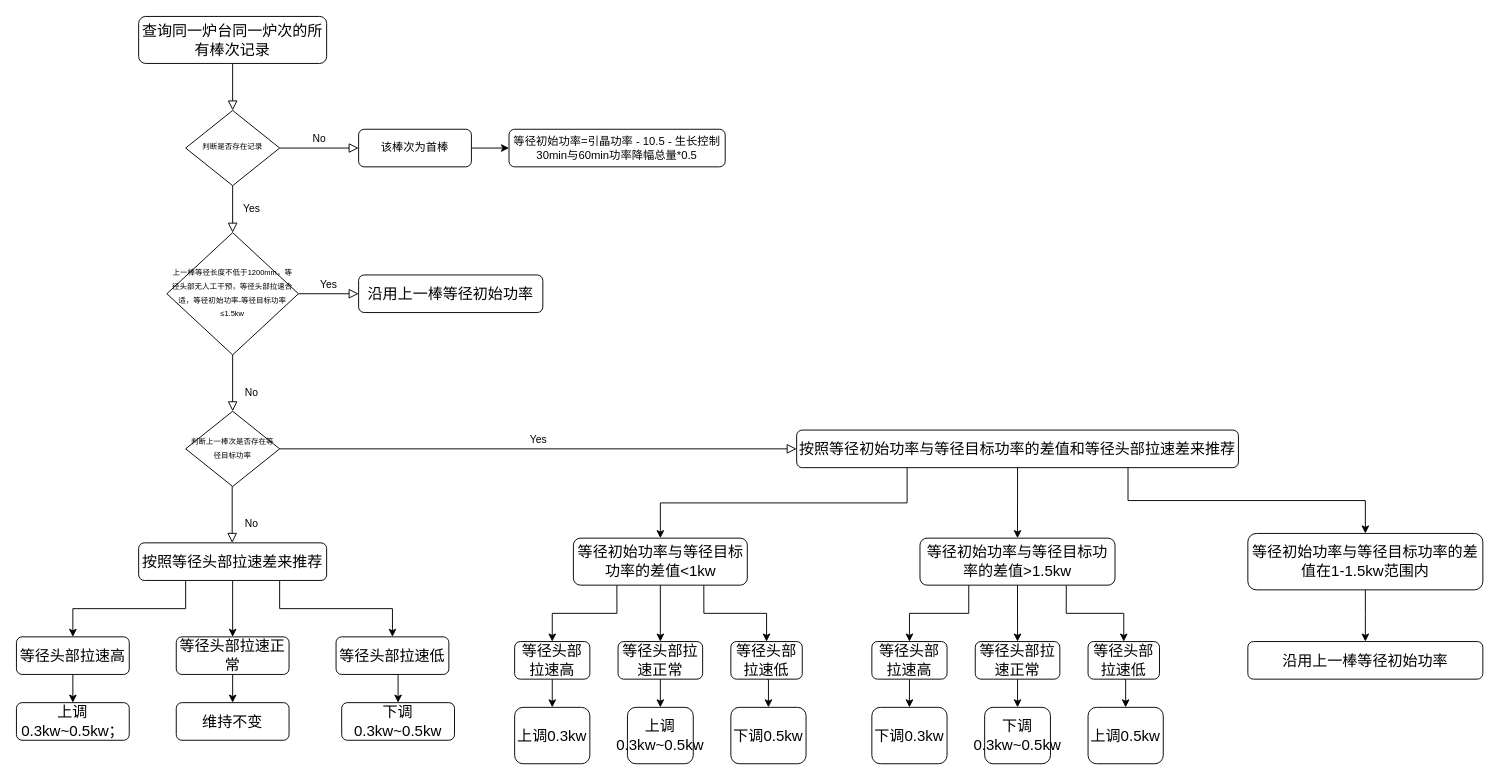
ykchasingwind/2019iFLYTEK_MachineryLife_Baseline keeps this draw.io diagram as 等径初始功率推荐流程图.drawio. Above is the earlier version. Source tidied: cells renumbered, new cells numbered last; positions are measured from the earlier drawing's top-left corner, leaving out a move shared by most shapes. Both pictures are drawn from the tidied source at 94%, with x=0, y=0 at pixel (16, 16).
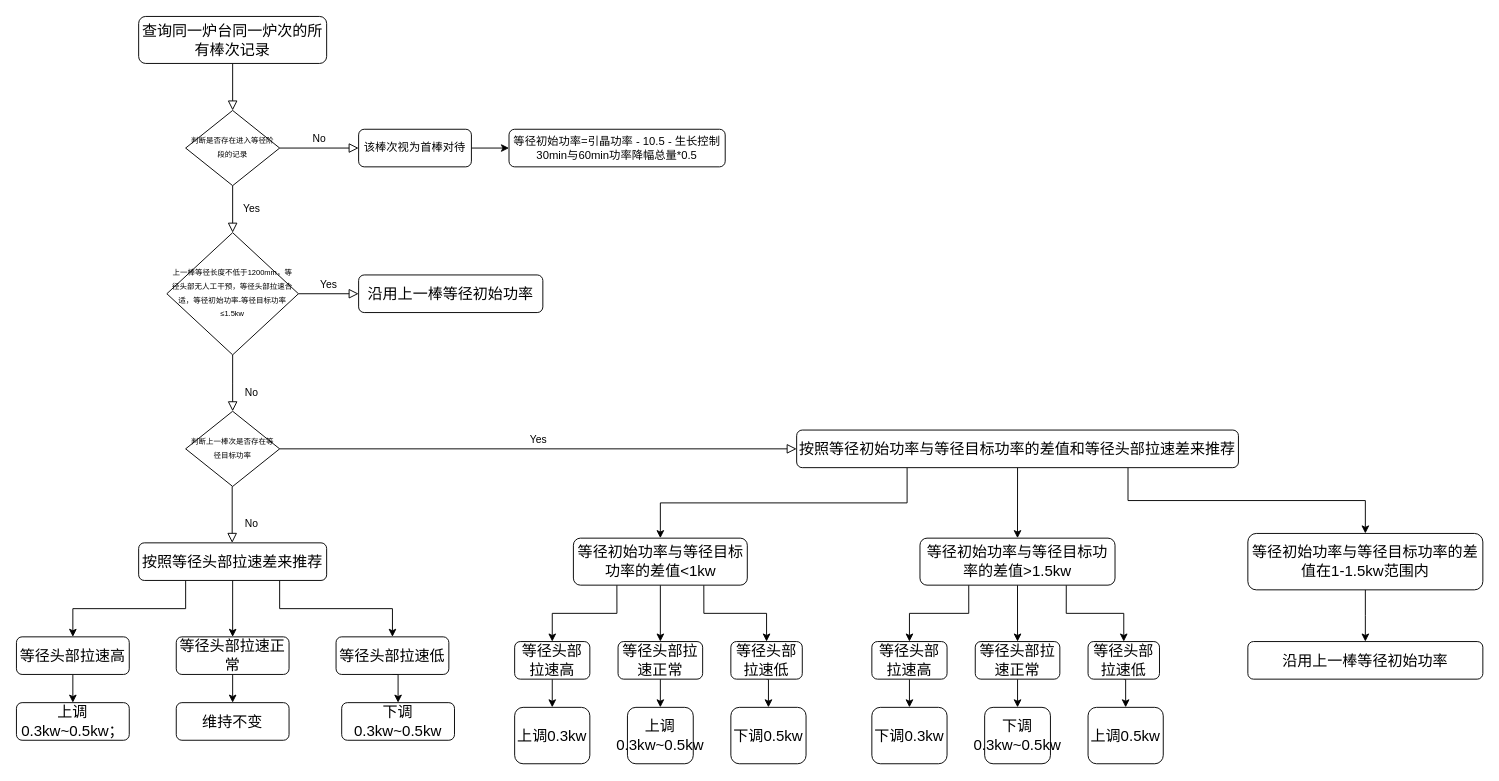
The same page after the edit.

Commit message:
更新等径初始功率推荐流程图.drawio

Diff of the diagram source:
```diff
@@
-    <mxCell id="6" value="&lt;div&gt;&lt;span style=&quot;font-size: 5.98548pt; font-family: 微软雅黑;&quot;&gt;判断是否存在记录&lt;/span&gt;&lt;/div&gt;" style="rhombus;whiteSpace=wrap;html=1;shadow=0;fontFamily=Helvetica;fontSize=12;align=center;strokeWidth=1;spacing=6;spacingTop=-4;" parent="1" vertex="1">
+    <mxCell id="6" value="&lt;div&gt;&lt;span style=&quot;font-size: 5.98548pt; font-family: 微软雅黑;&quot;&gt;判断是否存在进入等径阶段的记录&lt;/span&gt;&lt;/div&gt;" style="rhombus;whiteSpace=wrap;html=1;shadow=0;fontFamily=Helvetica;fontSize=12;align=center;strokeWidth=1;spacing=6;spacingTop=-4;" parent="1" vertex="1">
       <mxGeometry x="180" y="100" width="100" height="80" as="geometry" />
     </mxCell>
@@
-    <mxCell id="8" value="该棒次为首棒" style="rounded=1;whiteSpace=wrap;html=1;fontSize=12;glass=0;strokeWidth=1;shadow=0;" parent="1" vertex="1">
+    <mxCell id="8" value="该棒次视为首棒对待" style="rounded=1;whiteSpace=wrap;html=1;fontSize=12;glass=0;strokeWidth=1;shadow=0;" parent="1" vertex="1">
       <mxGeometry x="364" y="120" width="120" height="40" as="geometry" />
     </mxCell>
```
